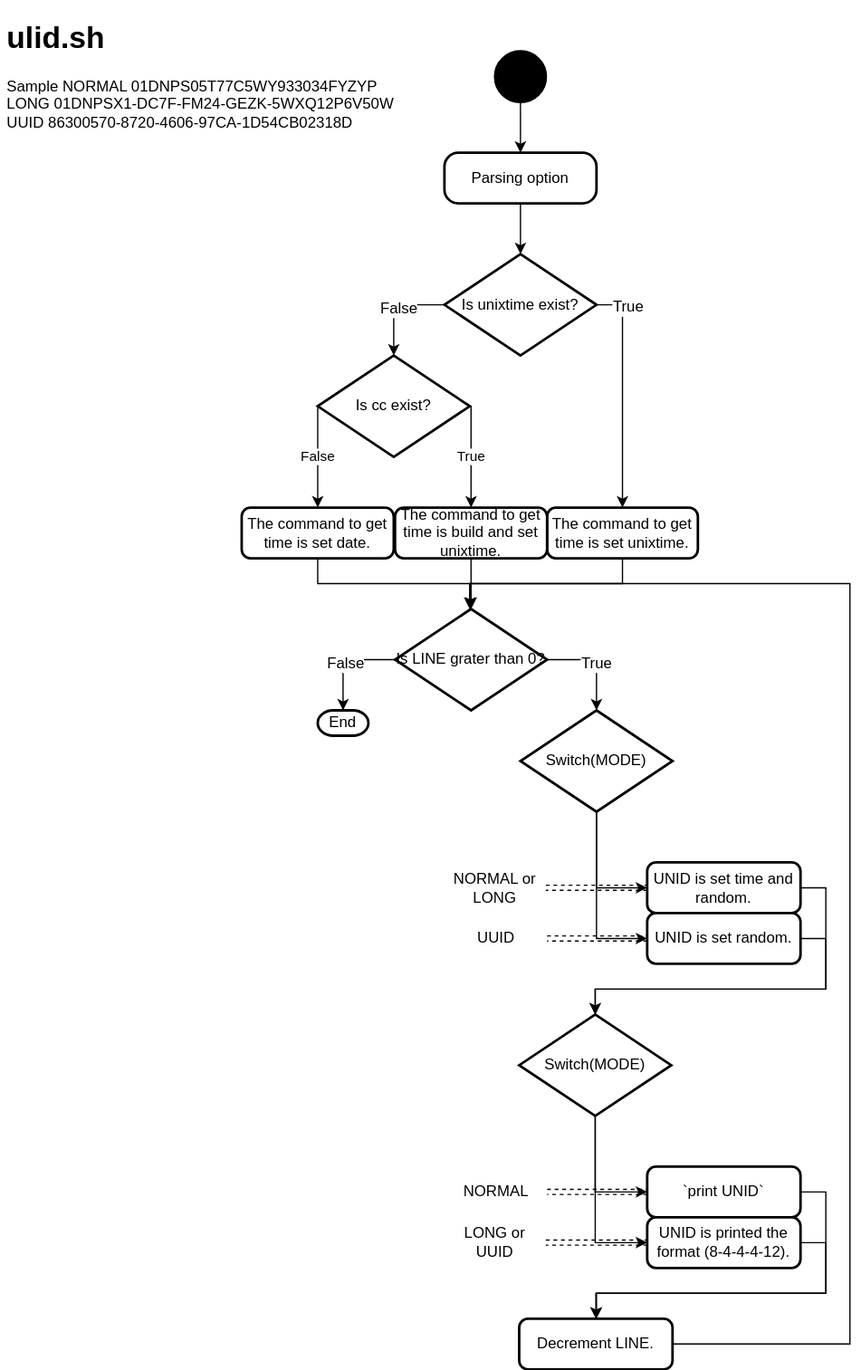
Before: ulid_design/ulid-flow.svg, a diagram exported from draw.io (ms-td/ShellScriptsOnGist). Source tidied: cells renumbered, new cells last; positions are measured from the earlier drawing's top-left corner, leaving out a move shared by most shapes. Its diagram source:
```xml
<mxGraphModel>
  <root>
    <mxCell id="0" />
    <mxCell id="1" parent="0" />
    <mxCell id="2" value="&lt;h1&gt;ulid.sh&lt;br&gt;&lt;/h1&gt;&lt;p&gt;Sample NORMAL 01DNPS05T77C5WY933034FYZYP LONG 01DNPSX1-DC7F-FM24-GEZK-5WXQ12P6V50W UUID 86300570-8720-4606-97CA-1D54CB02318D&lt;br&gt;&lt;/p&gt;" style="text;html=1;strokeColor=none;fillColor=none;spacing=5;spacingTop=-20;whiteSpace=wrap;overflow=hidden;rounded=0;" parent="1" vertex="1">
      <mxGeometry width="320" height="100" as="geometry" />
    </mxCell>
    <mxCell id="3" style="edgeStyle=orthogonalEdgeStyle;rounded=0;jettySize=auto;html=1;exitX=0.5;exitY=1;exitDx=0;exitDy=0;exitPerimeter=0;entryX=0.5;entryY=0;entryDx=0;entryDy=0;" parent="1" edge="1" source="4" target="6">
      <mxGeometry relative="1" as="geometry" />
    </mxCell>
    <mxCell id="4" style="strokeWidth=2;html=1;shape=mxgraph.flowchart.start_2;whiteSpace=wrap;fillColor=#000000;" parent="1" vertex="1">
      <mxGeometry x="390" y="30" width="40" height="40" as="geometry" />
    </mxCell>
    <mxCell id="5" style="edgeStyle=orthogonalEdgeStyle;rounded=0;jettySize=auto;html=1;exitX=0.5;exitY=1;exitDx=0;exitDy=0;entryX=0.5;entryY=0;entryDx=0;entryDy=0;entryPerimeter=0;" parent="1" edge="1" source="6" target="11">
      <mxGeometry relative="1" as="geometry" />
    </mxCell>
    <mxCell id="6" value="&lt;div&gt;Parsing option&lt;/div&gt;" style="rounded=1;whiteSpace=wrap;html=1;absoluteArcSize=1;arcSize=22;strokeWidth=2;fillColor=#FFFFFF;" parent="1" vertex="1">
      <mxGeometry x="350" y="110" width="120" height="40" as="geometry" />
    </mxCell>
    <mxCell id="7" style="edgeStyle=orthogonalEdgeStyle;rounded=0;jettySize=auto;html=1;exitX=0;exitY=0.5;exitDx=0;exitDy=0;exitPerimeter=0;entryX=0.5;entryY=0;entryDx=0;entryDy=0;entryPerimeter=0;" parent="1" edge="1" source="11" target="14">
      <mxGeometry relative="1" as="geometry" />
    </mxCell>
    <mxCell id="8" value="False" style="text;html=1;align=center;verticalAlign=middle;labelBackgroundColor=#ffffff;" parent="7" vertex="1">
      <mxGeometry x="-0.07" y="2" relative="1" as="geometry" />
    </mxCell>
    <mxCell id="9" style="edgeStyle=orthogonalEdgeStyle;rounded=0;jettySize=auto;html=1;exitX=1;exitY=0.5;exitDx=0;exitDy=0;exitPerimeter=0;entryX=0.5;entryY=0;entryDx=0;entryDy=0;" parent="1" edge="1" source="11" target="38">
      <mxGeometry relative="1" as="geometry" />
    </mxCell>
    <mxCell id="10" value="True" style="text;html=1;align=center;verticalAlign=middle;labelBackgroundColor=#ffffff;" parent="9" vertex="1">
      <mxGeometry x="-0.77" y="-4" relative="1" as="geometry">
        <mxPoint x="4" y="-3" as="offset" />
      </mxGeometry>
    </mxCell>
    <mxCell id="11" value="Is unixtime exist?" style="strokeWidth=2;html=1;shape=mxgraph.flowchart.decision;whiteSpace=wrap;fillColor=#FFFFFF;" parent="1" vertex="1">
      <mxGeometry x="350" y="190" width="120" height="80" as="geometry" />
    </mxCell>
    <mxCell id="12" value="False" style="edgeStyle=orthogonalEdgeStyle;rounded=0;jettySize=auto;html=1;exitX=0;exitY=0.5;exitDx=0;exitDy=0;exitPerimeter=0;entryX=0.5;entryY=0;entryDx=0;entryDy=0;" parent="1" edge="1" source="14" target="42">
      <mxGeometry relative="1" as="geometry">
        <Array as="points">
          <mxPoint x="250" y="340" />
          <mxPoint x="250" y="340" />
        </Array>
      </mxGeometry>
    </mxCell>
    <mxCell id="13" value="True" style="edgeStyle=orthogonalEdgeStyle;rounded=0;jettySize=auto;html=1;exitX=1;exitY=0.5;exitDx=0;exitDy=0;exitPerimeter=0;entryX=0.5;entryY=0;entryDx=0;entryDy=0;" parent="1" edge="1" source="14" target="40">
      <mxGeometry relative="1" as="geometry">
        <Array as="points">
          <mxPoint x="371" y="310" />
        </Array>
      </mxGeometry>
    </mxCell>
    <mxCell id="14" value="Is cc exist?" style="strokeWidth=2;html=1;shape=mxgraph.flowchart.decision;whiteSpace=wrap;fillColor=#FFFFFF;" parent="1" vertex="1">
      <mxGeometry x="250" y="270" width="120" height="80" as="geometry" />
    </mxCell>
    <mxCell id="15" style="edgeStyle=orthogonalEdgeStyle;rounded=0;jettySize=auto;html=1;exitX=0;exitY=0.5;exitDx=0;exitDy=0;exitPerimeter=0;entryX=0.5;entryY=0;entryDx=0;entryDy=0;entryPerimeter=0;" parent="1" edge="1" source="19" target="36">
      <mxGeometry relative="1" as="geometry">
        <Array as="points">
          <mxPoint x="270" y="510" />
        </Array>
      </mxGeometry>
    </mxCell>
    <mxCell id="16" value="False" style="text;html=1;align=center;verticalAlign=middle;labelBackgroundColor=#ffffff;" parent="15" vertex="1">
      <mxGeometry x="-0.01" y="2" relative="1" as="geometry" />
    </mxCell>
    <mxCell id="17" style="edgeStyle=orthogonalEdgeStyle;rounded=0;jettySize=auto;html=1;exitX=1;exitY=0.5;exitDx=0;exitDy=0;exitPerimeter=0;entryX=0.5;entryY=0;entryDx=0;entryDy=0;entryPerimeter=0;" parent="1" edge="1" source="19" target="22">
      <mxGeometry relative="1" as="geometry" />
    </mxCell>
    <mxCell id="18" value="True" style="text;html=1;align=center;verticalAlign=middle;labelBackgroundColor=#ffffff;" parent="17" vertex="1">
      <mxGeometry x="-0.04" y="-2" relative="1" as="geometry" />
    </mxCell>
    <mxCell id="19" value="Is LINE grater than 0?" style="strokeWidth=2;html=1;shape=mxgraph.flowchart.decision;whiteSpace=wrap;fillColor=#FFFFFF;" parent="1" vertex="1">
      <mxGeometry x="311" y="470" width="120" height="80" as="geometry" />
    </mxCell>
    <mxCell id="20" style="edgeStyle=orthogonalEdgeStyle;rounded=0;jettySize=auto;html=1;exitX=0.5;exitY=1;exitDx=0;exitDy=0;exitPerimeter=0;entryX=0;entryY=0.5;entryDx=0;entryDy=0;" parent="1" edge="1" source="22" target="27">
      <mxGeometry relative="1" as="geometry" />
    </mxCell>
    <mxCell id="21" style="edgeStyle=orthogonalEdgeStyle;rounded=0;jettySize=auto;html=1;exitX=0.5;exitY=1;exitDx=0;exitDy=0;exitPerimeter=0;entryX=0;entryY=0.5;entryDx=0;entryDy=0;" parent="1" edge="1" source="22" target="29">
      <mxGeometry relative="1" as="geometry" />
    </mxCell>
    <mxCell id="22" value="Switch(MODE)" style="strokeWidth=2;html=1;shape=mxgraph.flowchart.decision;whiteSpace=wrap;fillColor=#FFFFFF;" parent="1" vertex="1">
      <mxGeometry x="410" y="550" width="120" height="80" as="geometry" />
    </mxCell>
    <mxCell id="23" style="edgeStyle=orthogonalEdgeStyle;rounded=0;jettySize=auto;html=1;exitX=0.5;exitY=1;exitDx=0;exitDy=0;exitPerimeter=0;entryX=0;entryY=0.5;entryDx=0;entryDy=0;" parent="1" edge="1" source="25" target="31">
      <mxGeometry relative="1" as="geometry" />
    </mxCell>
    <mxCell id="24" style="edgeStyle=orthogonalEdgeStyle;rounded=0;jettySize=auto;html=1;exitX=0.5;exitY=1;exitDx=0;exitDy=0;exitPerimeter=0;entryX=0;entryY=0.5;entryDx=0;entryDy=0;" parent="1" edge="1" source="25" target="33">
      <mxGeometry relative="1" as="geometry" />
    </mxCell>
    <mxCell id="25" value="&lt;div&gt;Switch(MODE)&lt;/div&gt;" style="strokeWidth=2;html=1;shape=mxgraph.flowchart.decision;whiteSpace=wrap;fillColor=#FFFFFF;" parent="1" vertex="1">
      <mxGeometry x="409" y="790" width="120" height="80" as="geometry" />
    </mxCell>
    <mxCell id="26" style="edgeStyle=orthogonalEdgeStyle;rounded=0;jettySize=auto;html=1;exitX=1;exitY=0.5;exitDx=0;exitDy=0;entryX=0.5;entryY=0;entryDx=0;entryDy=0;entryPerimeter=0;" parent="1" edge="1" source="27" target="25">
      <mxGeometry relative="1" as="geometry">
        <Array as="points">
          <mxPoint x="651" y="690" />
          <mxPoint x="651" y="770" />
          <mxPoint x="469" y="770" />
        </Array>
      </mxGeometry>
    </mxCell>
    <mxCell id="27" value="UNID is set time and random." style="rounded=1;whiteSpace=wrap;html=1;absoluteArcSize=1;arcSize=14;strokeWidth=2;fillColor=#FFFFFF;" parent="1" vertex="1">
      <mxGeometry x="510" y="670" width="121" height="40" as="geometry" />
    </mxCell>
    <mxCell id="28" style="edgeStyle=orthogonalEdgeStyle;rounded=0;jettySize=auto;html=1;exitX=1;exitY=0.5;exitDx=0;exitDy=0;entryX=0.5;entryY=0;entryDx=0;entryDy=0;entryPerimeter=0;" parent="1" edge="1" source="29" target="25">
      <mxGeometry relative="1" as="geometry" />
    </mxCell>
    <mxCell id="29" value="UNID is set random." style="rounded=1;whiteSpace=wrap;html=1;absoluteArcSize=1;arcSize=14;strokeWidth=2;fillColor=#FFFFFF;" parent="1" vertex="1">
      <mxGeometry x="510" y="710" width="121" height="40" as="geometry" />
    </mxCell>
    <mxCell id="30" style="edgeStyle=orthogonalEdgeStyle;rounded=0;jettySize=auto;html=1;exitX=1;exitY=0.5;exitDx=0;exitDy=0;" parent="1" edge="1" source="31">
      <mxGeometry relative="1" as="geometry">
        <mxPoint x="470" y="1030" as="targetPoint" />
        <Array as="points">
          <mxPoint x="651" y="930" />
          <mxPoint x="651" y="1010" />
          <mxPoint x="470" y="1010" />
        </Array>
      </mxGeometry>
    </mxCell>
    <mxCell id="31" value="`print UNID`" style="rounded=1;whiteSpace=wrap;html=1;absoluteArcSize=1;arcSize=14;strokeWidth=2;fillColor=#FFFFFF;" parent="1" vertex="1">
      <mxGeometry x="510" y="910" width="121" height="40" as="geometry" />
    </mxCell>
    <mxCell id="32" style="edgeStyle=orthogonalEdgeStyle;rounded=0;jettySize=auto;html=1;exitX=1;exitY=0.5;exitDx=0;exitDy=0;entryX=0.5;entryY=0;entryDx=0;entryDy=0;" parent="1" edge="1" source="33" target="35">
      <mxGeometry relative="1" as="geometry" />
    </mxCell>
    <mxCell id="33" value="UNID is printed the format (8-4-4-4-12)." style="rounded=1;whiteSpace=wrap;html=1;absoluteArcSize=1;arcSize=14;strokeWidth=2;fillColor=#FFFFFF;" parent="1" vertex="1">
      <mxGeometry x="510" y="950" width="121" height="40" as="geometry" />
    </mxCell>
    <mxCell id="34" style="edgeStyle=orthogonalEdgeStyle;rounded=0;jettySize=auto;html=1;exitX=1;exitY=0.5;exitDx=0;exitDy=0;entryX=0.5;entryY=0;entryDx=0;entryDy=0;entryPerimeter=0;" parent="1" edge="1" source="35" target="19">
      <mxGeometry relative="1" as="geometry">
        <Array as="points">
          <mxPoint x="670" y="1050" />
          <mxPoint x="670" y="450" />
          <mxPoint x="371" y="450" />
        </Array>
      </mxGeometry>
    </mxCell>
    <mxCell id="35" value="Decrement LINE." style="rounded=1;whiteSpace=wrap;html=1;absoluteArcSize=1;arcSize=14;strokeWidth=2;fillColor=#FFFFFF;" parent="1" vertex="1">
      <mxGeometry x="409" y="1030" width="121" height="40" as="geometry" />
    </mxCell>
    <mxCell id="36" value="&lt;div&gt;End&lt;/div&gt;" style="strokeWidth=2;html=1;shape=mxgraph.flowchart.terminator;whiteSpace=wrap;fillColor=#FFFFFF;" parent="1" vertex="1">
      <mxGeometry x="250" y="550" width="40" height="20" as="geometry" />
    </mxCell>
    <mxCell id="37" style="edgeStyle=orthogonalEdgeStyle;rounded=0;jettySize=auto;html=1;exitX=0.5;exitY=1;exitDx=0;exitDy=0;" parent="1" edge="1" source="38">
      <mxGeometry relative="1" as="geometry">
        <mxPoint x="370" y="470" as="targetPoint" />
      </mxGeometry>
    </mxCell>
    <mxCell id="38" value="The command to get time is set unixtime." style="rounded=1;whiteSpace=wrap;html=1;absoluteArcSize=1;arcSize=14;strokeWidth=2;fillColor=#FFFFFF;" parent="1" vertex="1">
      <mxGeometry x="431" y="390" width="119" height="40" as="geometry" />
    </mxCell>
    <mxCell id="39" style="edgeStyle=orthogonalEdgeStyle;rounded=0;jettySize=auto;html=1;exitX=0.5;exitY=1;exitDx=0;exitDy=0;entryX=0.5;entryY=0;entryDx=0;entryDy=0;entryPerimeter=0;" parent="1" edge="1" source="40" target="19">
      <mxGeometry relative="1" as="geometry" />
    </mxCell>
    <mxCell id="40" value="The command to get time is build and set unixtime." style="rounded=1;whiteSpace=wrap;html=1;absoluteArcSize=1;arcSize=14;strokeWidth=2;fillColor=#FFFFFF;" parent="1" vertex="1">
      <mxGeometry x="311" y="390" width="120" height="40" as="geometry" />
    </mxCell>
    <mxCell id="41" style="edgeStyle=orthogonalEdgeStyle;rounded=0;jettySize=auto;html=1;exitX=0.5;exitY=1;exitDx=0;exitDy=0;" parent="1" edge="1" source="42">
      <mxGeometry relative="1" as="geometry">
        <mxPoint x="370" y="470" as="targetPoint" />
      </mxGeometry>
    </mxCell>
    <mxCell id="42" value="The command to get time is set date." style="rounded=1;whiteSpace=wrap;html=1;absoluteArcSize=1;arcSize=14;strokeWidth=2;fillColor=#FFFFFF;" parent="1" vertex="1">
      <mxGeometry x="190" y="390" width="120" height="40" as="geometry" />
    </mxCell>
    <mxCell id="43" style="edgeStyle=orthogonalEdgeStyle;rounded=0;jettySize=auto;html=1;exitX=1;exitY=0.5;exitDx=0;exitDy=0;dashed=1;shape=link;" parent="1" edge="1" source="44">
      <mxGeometry relative="1" as="geometry">
        <mxPoint x="510" y="690" as="targetPoint" />
      </mxGeometry>
    </mxCell>
    <mxCell id="44" value="&lt;div&gt;NORMAL or LONG&lt;/div&gt;" style="text;html=1;strokeColor=none;fillColor=none;align=center;verticalAlign=middle;whiteSpace=wrap;rounded=0;" parent="1" vertex="1">
      <mxGeometry x="350" y="670" width="80" height="40" as="geometry" />
    </mxCell>
    <mxCell id="45" style="edgeStyle=orthogonalEdgeStyle;shape=link;rounded=0;jettySize=auto;html=1;exitX=1;exitY=0.5;exitDx=0;exitDy=0;entryX=0;entryY=0.5;entryDx=0;entryDy=0;dashed=1;" parent="1" edge="1" source="46" target="31">
      <mxGeometry relative="1" as="geometry" />
    </mxCell>
    <mxCell id="46" value="&lt;div&gt;NORMAL&lt;br&gt;&lt;/div&gt;" style="text;html=1;strokeColor=none;fillColor=none;align=center;verticalAlign=middle;whiteSpace=wrap;rounded=0;" parent="1" vertex="1">
      <mxGeometry x="351" y="910" width="80" height="40" as="geometry" />
    </mxCell>
    <mxCell id="47" style="edgeStyle=orthogonalEdgeStyle;shape=link;rounded=0;jettySize=auto;html=1;exitX=1;exitY=0.5;exitDx=0;exitDy=0;entryX=0;entryY=0.5;entryDx=0;entryDy=0;dashed=1;" parent="1" edge="1" source="48" target="29">
      <mxGeometry relative="1" as="geometry" />
    </mxCell>
    <mxCell id="48" value="UUID" style="text;html=1;strokeColor=none;fillColor=none;align=center;verticalAlign=middle;whiteSpace=wrap;rounded=0;" parent="1" vertex="1">
      <mxGeometry x="351" y="710" width="80" height="40" as="geometry" />
    </mxCell>
    <mxCell id="49" style="edgeStyle=orthogonalEdgeStyle;shape=link;rounded=0;jettySize=auto;html=1;exitX=1;exitY=0.5;exitDx=0;exitDy=0;entryX=0;entryY=0.5;entryDx=0;entryDy=0;dashed=1;" parent="1" edge="1" source="50" target="33">
      <mxGeometry relative="1" as="geometry" />
    </mxCell>
    <mxCell id="50" value="&lt;div&gt;LONG or UUID&lt;br&gt;&lt;/div&gt;" style="text;html=1;strokeColor=none;fillColor=none;align=center;verticalAlign=middle;whiteSpace=wrap;rounded=0;" parent="1" vertex="1">
      <mxGeometry x="350" y="950" width="80" height="40" as="geometry" />
    </mxCell>
  </root>
</mxGraphModel>
```
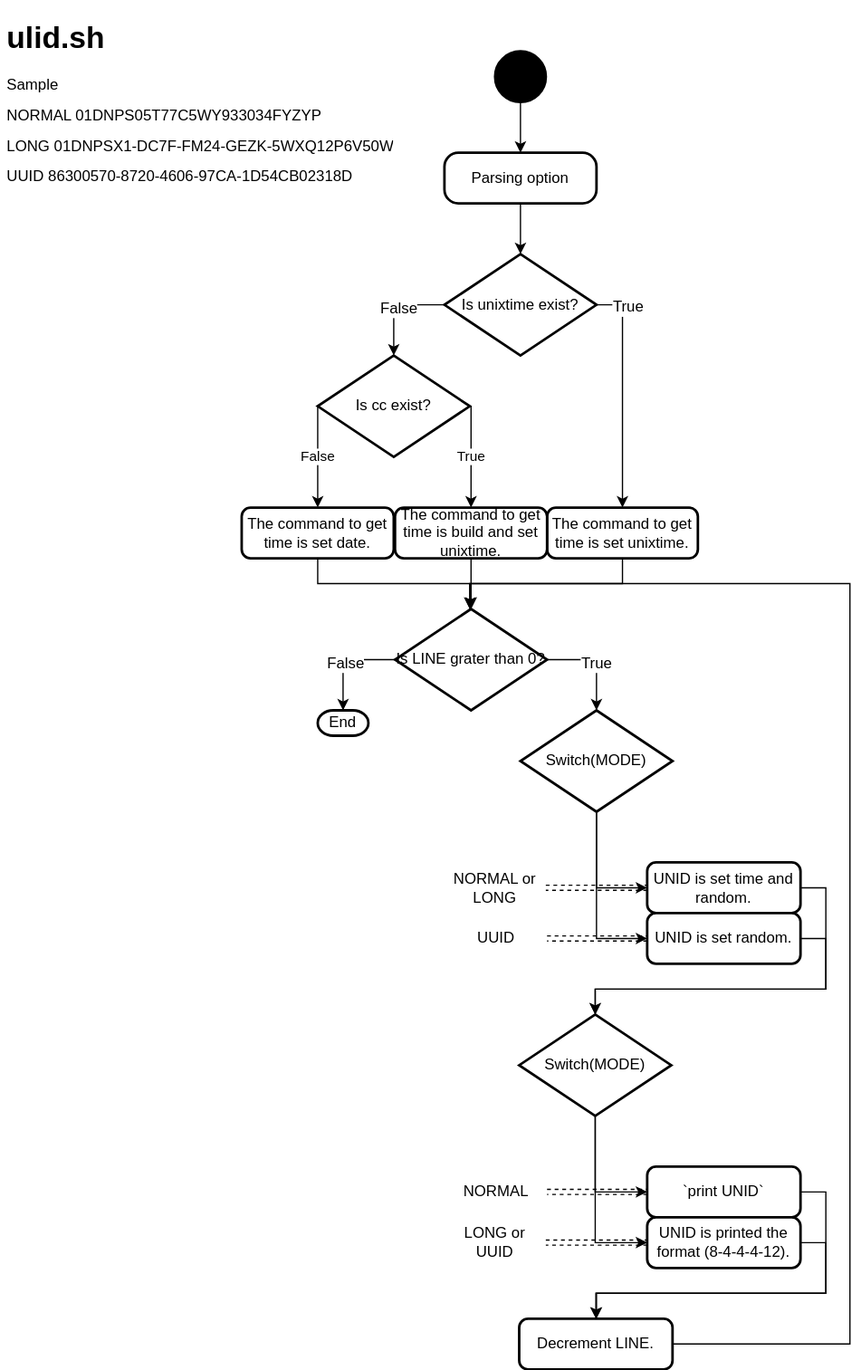
After the commit.

Change to the diagram source:
```diff
@@ -2,8 +2,8 @@
   <root>
     <mxCell id="0" />
     <mxCell id="1" parent="0" />
-    <mxCell id="2" value="&lt;h1&gt;ulid.sh&lt;br&gt;&lt;/h1&gt;&lt;p&gt;Sample NORMAL 01DNPS05T77C5WY933034FYZYP LONG 01DNPSX1-DC7F-FM24-GEZK-5WXQ12P6V50W UUID 86300570-8720-4606-97CA-1D54CB02318D&lt;br&gt;&lt;/p&gt;" style="text;html=1;strokeColor=none;fillColor=none;spacing=5;spacingTop=-20;whiteSpace=wrap;overflow=hidden;rounded=0;" parent="1" vertex="1">
-      <mxGeometry width="320" height="100" as="geometry" />
+    <mxCell id="2" value="&lt;p style=&quot;line-height: 100%&quot;&gt;&lt;/p&gt;&lt;h1&gt;ulid.sh&lt;br&gt;&lt;/h1&gt;&lt;p style=&quot;line-height: 100%&quot;&gt;Sample&lt;/p&gt;&lt;p style=&quot;line-height: 100%&quot;&gt;NORMAL 01DNPS05T77C5WY933034FYZYP&lt;/p&gt;&lt;p style=&quot;line-height: 100%&quot;&gt; LONG 01DNPSX1-DC7F-FM24-GEZK-5WXQ12P6V50W&lt;/p&gt;&lt;p style=&quot;line-height: 100%&quot;&gt; UUID 86300570-8720-4606-97CA-1D54CB02318D&lt;br&gt;&lt;/p&gt;&lt;p&gt;&lt;/p&gt;" style="text;html=1;strokeColor=none;fillColor=none;spacing=5;spacingTop=-20;whiteSpace=wrap;overflow=hidden;rounded=0;" parent="1" vertex="1">
+      <mxGeometry width="320" height="140" as="geometry" />
     </mxCell>
     <mxCell id="3" style="edgeStyle=orthogonalEdgeStyle;rounded=0;jettySize=auto;html=1;exitX=0.5;exitY=1;exitDx=0;exitDy=0;exitPerimeter=0;entryX=0.5;entryY=0;entryDx=0;entryDy=0;" parent="1" edge="1" source="4" target="6">
       <mxGeometry relative="1" as="geometry" />
```
